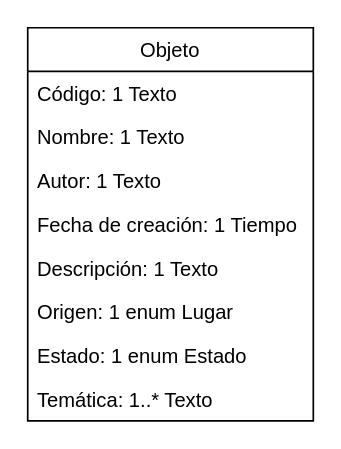
Before: Ejercicio_19.drawio in Trabajos-grupales/UML, a draw.io diagram. Source tidied: cells renumbered, new cells numbered last; positions are measured from the earlier drawing's top-left corner, leaving out a move shared by most shapes. Both pictures are drawn from the tidied source at 168%, with x=0, y=0 at pixel (27, 27).
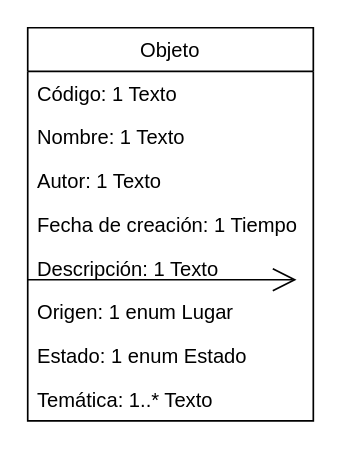
After the change.

Diff of the diagram source:
```diff
@@
 <mxGraphModel>
   <root>
     <mxCell id="0" />
     <mxCell id="1" parent="0" />
     <mxCell id="2" value="Objeto" style="swimlane;fontStyle=0;horizontal=1;startSize=26;fillColor=none;" parent="1" vertex="1">
       <mxGeometry width="170" height="234" as="geometry" />
     </mxCell>
     <mxCell id="3" value="Código: 1 Texto" style="text;strokeColor=none;fillColor=none;align=left;verticalAlign=top;spacingLeft=4;spacingRight=4;overflow=hidden;" parent="2" vertex="1">
       <mxGeometry y="26" width="170" height="26" as="geometry" />
     </mxCell>
     <mxCell id="4" value="Nombre: 1 Texto" style="text;strokeColor=none;fillColor=none;align=left;verticalAlign=top;spacingLeft=4;spacingRight=4;overflow=hidden;" parent="2" vertex="1">
       <mxGeometry y="52" width="170" height="26" as="geometry" />
     </mxCell>
     <mxCell id="5" value="Autor: 1 Texto&#10;" style="text;strokeColor=none;fillColor=none;align=left;verticalAlign=top;spacingLeft=4;spacingRight=4;overflow=hidden;" parent="2" vertex="1">
       <mxGeometry y="78" width="170" height="26" as="geometry" />
     </mxCell>
     <mxCell id="6" value="Fecha de creación: 1 Tiempo " style="text;strokeColor=none;fillColor=none;align=left;verticalAlign=top;spacingLeft=4;spacingRight=4;overflow=hidden;" parent="2" vertex="1">
       <mxGeometry y="104" width="170" height="26" as="geometry" />
     </mxCell>
     <mxCell id="7" value="Descripción: 1 Texto" style="text;strokeColor=none;fillColor=none;align=left;verticalAlign=top;spacingLeft=4;spacingRight=4;overflow=hidden;" parent="2" vertex="1">
       <mxGeometry y="130" width="170" height="26" as="geometry" />
     </mxCell>
     <mxCell id="8" value="Origen: 1 enum Lugar" style="text;strokeColor=none;fillColor=none;align=left;verticalAlign=top;spacingLeft=4;spacingRight=4;overflow=hidden;" parent="2" vertex="1">
       <mxGeometry y="156" width="170" height="26" as="geometry" />
     </mxCell>
     <mxCell id="9" value="Estado: 1 enum Estado&#10;" style="text;strokeColor=none;fillColor=none;align=left;verticalAlign=top;spacingLeft=4;spacingRight=4;overflow=hidden;" parent="2" vertex="1">
       <mxGeometry y="182" width="170" height="26" as="geometry" />
     </mxCell>
     <mxCell id="10" value="Temática: 1..* Texto" style="text;strokeColor=none;fillColor=none;align=left;verticalAlign=top;spacingLeft=4;spacingRight=4;overflow=hidden;" parent="2" vertex="1">
       <mxGeometry y="208" width="170" height="26" as="geometry" />
     </mxCell>
+    <mxCell id="11" style="endArrow=open;endFill=1;endSize=12;html=1;" parent="1" edge="1">
+      <mxGeometry relative="1" as="geometry">
+        <mxPoint y="150" as="sourcePoint" />
+        <mxPoint x="160" y="150" as="targetPoint" />
+      </mxGeometry>
+    </mxCell>
   </root>
 </mxGraphModel>
```
